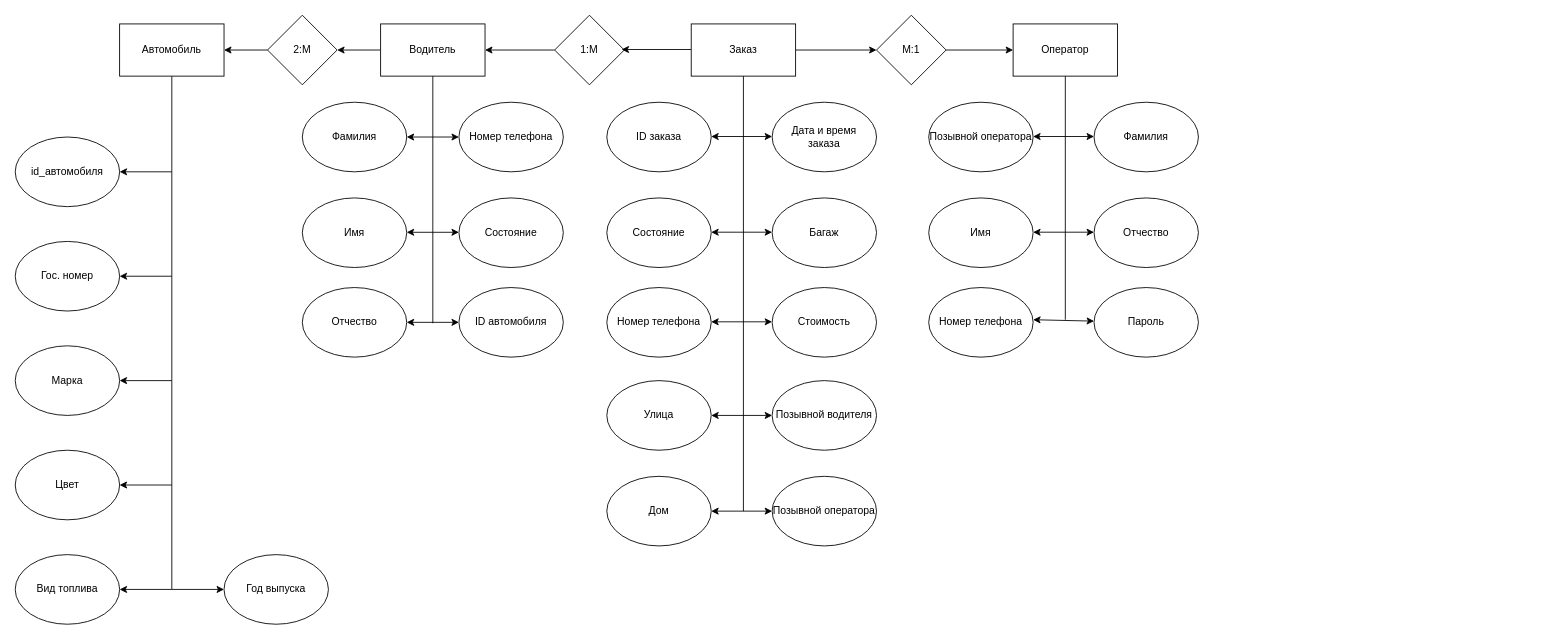
Earlier version of the draw.io diagram files_drawing/Normalization(taxi)/BD2.drawio (igKaneProgrammer/Drawing). Source tidied: cells renumbered, new cells numbered last; positions are measured from the earlier drawing's top-left corner, leaving out a move shared by most shapes. Both pictures are drawn from the tidied source at 87%, with x=0, y=0 at pixel (15, 15).
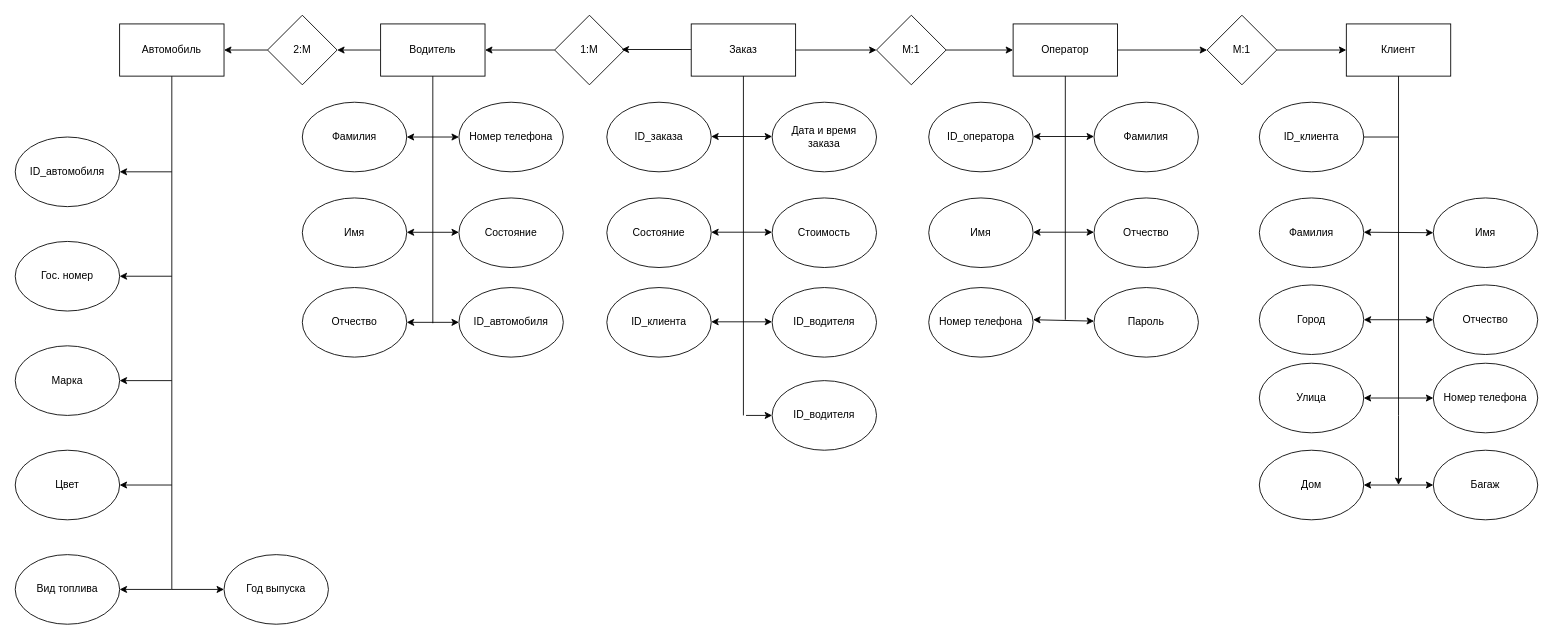
The same diagram, later.

Unchanged cells that the change refers to:
```xml
<mxCell id="30" value="Заказ" style="rounded=0;whiteSpace=wrap;html=1;shadow=0;" parent="1" vertex="1">
  <mxGeometry x="777" y="10" width="120" height="60" as="geometry" />
</mxCell>
<mxCell id="49" value="Оператор" style="rounded=0;whiteSpace=wrap;html=1;shadow=0;" parent="1" vertex="1">
  <mxGeometry x="1147" y="10" width="120" height="60" as="geometry" />
</mxCell>
```

Change to the diagram source:
```diff
@@
-    <mxCell id="4" value="id_автомобиля" style="ellipse;whiteSpace=wrap;html=1;shadow=0;" parent="1" vertex="1">
+    <mxCell id="4" value="ID_автомобиля" style="ellipse;whiteSpace=wrap;html=1;shadow=0;" parent="1" vertex="1">
       <mxGeometry y="140" width="120" height="80" as="geometry" />
     </mxCell>
@@
-    <mxCell id="24" value="ID автомобиля" style="ellipse;whiteSpace=wrap;html=1;shadow=0;" parent="1" vertex="1">
+    <mxCell id="24" value="ID_автомобиля" style="ellipse;whiteSpace=wrap;html=1;shadow=0;" parent="1" vertex="1">
       <mxGeometry x="510" y="313" width="120" height="80" as="geometry" />
     </mxCell>
@@
-    <mxCell id="31" value="ID заказа" style="ellipse;whiteSpace=wrap;html=1;shadow=0;" parent="1" vertex="1">
+    <mxCell id="31" value="ID_заказа" style="ellipse;whiteSpace=wrap;html=1;shadow=0;" parent="1" vertex="1">
       <mxGeometry x="680" y="100" width="120" height="80" as="geometry" />
     </mxCell>
@@
-    <mxCell id="33" value="Номер телефона" style="ellipse;whiteSpace=wrap;html=1;shadow=0;" parent="1" vertex="1">
-      <mxGeometry x="680" y="313" width="120" height="80" as="geometry" />
-    </mxCell>
     <mxCell id="34" value="Улица" style="ellipse;whiteSpace=wrap;html=1;shadow=0;" parent="1" vertex="1">
-      <mxGeometry x="680" y="420" width="120" height="80" as="geometry" />
+      <mxGeometry x="1430" y="400" width="120" height="80" as="geometry" />
     </mxCell>
     <mxCell id="35" value="Дом" style="ellipse;whiteSpace=wrap;html=1;shadow=0;" parent="1" vertex="1">
-      <mxGeometry x="680" y="530" width="120" height="80" as="geometry" />
+      <mxGeometry x="1430" y="500" width="120" height="80" as="geometry" />
     </mxCell>
     <mxCell id="36" value="Багаж" style="ellipse;whiteSpace=wrap;html=1;shadow=0;" parent="1" vertex="1">
-      <mxGeometry x="870" y="210" width="120" height="80" as="geometry" />
+      <mxGeometry x="1630" y="500" width="120" height="80" as="geometry" />
     </mxCell>
     <mxCell id="37" value="Стоимость" style="ellipse;whiteSpace=wrap;html=1;shadow=0;" parent="1" vertex="1">
-      <mxGeometry x="870" y="313" width="120" height="80" as="geometry" />
+      <mxGeometry x="870" y="210" width="120" height="80" as="geometry" />
     </mxCell>
-    <mxCell id="38" value="Позывной водителя" style="ellipse;whiteSpace=wrap;html=1;shadow=0;" parent="1" vertex="1">
-      <mxGeometry x="870" y="420" width="120" height="80" as="geometry" />
+    <mxCell id="38" value="ID_водителя" style="ellipse;whiteSpace=wrap;html=1;shadow=0;" parent="1" vertex="1">
+      <mxGeometry x="870" y="313" width="120" height="80" as="geometry" />
     </mxCell>
-    <mxCell id="39" value="Позывной оператора" style="ellipse;whiteSpace=wrap;html=1;shadow=0;" parent="1" vertex="1">
-      <mxGeometry x="870" y="530" width="120" height="80" as="geometry" />
+    <mxCell id="39" value="ID_водителя" style="ellipse;whiteSpace=wrap;html=1;shadow=0;" parent="1" vertex="1">
+      <mxGeometry x="870" y="420" width="120" height="80" as="geometry" />
     </mxCell>
@@
     <mxCell id="41" style="endArrow=none;html=1;rounded=0;entryX=0.5;entryY=1;entryDx=0;entryDy=0;" parent="1" edge="1" target="30">
       <mxGeometry relative="1" as="geometry">
-        <mxPoint x="837" y="570" as="sourcePoint" />
+        <mxPoint x="837" y="460" as="sourcePoint" />
       </mxGeometry>
     </mxCell>
-    <mxCell id="42" style="endArrow=classic;startArrow=classic;html=1;rounded=0;exitX=1;exitY=0.5;exitDx=0;exitDy=0;entryX=0;entryY=0.5;entryDx=0;entryDy=0;" parent="1" edge="1" source="35" target="39">
+    <mxCell id="42" style="endArrow=classic;startArrow=classic;html=1;rounded=0;exitX=1;exitY=0.5;exitDx=0;exitDy=0;entryX=0;entryY=0.5;entryDx=0;entryDy=0;" parent="1" edge="1" source="35" target="36">
       <mxGeometry relative="1" as="geometry" />
     </mxCell>
-    <mxCell id="43" style="endArrow=classic;startArrow=classic;html=1;rounded=0;exitX=1;exitY=0.5;exitDx=0;exitDy=0;entryX=0;entryY=0.5;entryDx=0;entryDy=0;" parent="1" edge="1">
-      <mxGeometry relative="1" as="geometry">
-        <mxPoint x="800" y="460" as="sourcePoint" />
-        <mxPoint x="870" y="460" as="targetPoint" />
-      </mxGeometry>
-    </mxCell>
@@
-    <mxCell id="50" value="Позывной оператора" style="ellipse;whiteSpace=wrap;html=1;shadow=0;" parent="1" vertex="1">
+    <mxCell id="50" value="ID_оператора" style="ellipse;whiteSpace=wrap;html=1;shadow=0;" parent="1" vertex="1">
       <mxGeometry x="1050" y="100" width="120" height="80" as="geometry" />
     </mxCell>
@@
+    <mxCell id="63" style="edgeStyle=orthogonalEdgeStyle;rounded=0;jettySize=auto;html=1;exitX=1;exitY=0.5;exitDx=0;exitDy=0;entryX=0;entryY=0.5;entryDx=0;entryDy=0;" parent="1" edge="1" source="64" target="65">
+      <mxGeometry relative="1" as="geometry" />
+    </mxCell>
+    <mxCell id="64" value="М:1" style="rhombus;whiteSpace=wrap;html=1;shadow=0;" parent="1" vertex="1">
+      <mxGeometry x="1370" width="80" height="80" as="geometry" />
+    </mxCell>
+    <mxCell id="65" value="Клиент" style="rounded=0;whiteSpace=wrap;html=1;shadow=0;" parent="1" vertex="1">
+      <mxGeometry x="1530" y="10" width="120" height="60" as="geometry" />
+    </mxCell>
+    <mxCell id="66" value="ID_клиента" style="ellipse;whiteSpace=wrap;html=1;shadow=0;" parent="1" vertex="1">
+      <mxGeometry x="1430" y="100" width="120" height="80" as="geometry" />
+    </mxCell>
+    <mxCell id="67" value="Имя" style="ellipse;whiteSpace=wrap;html=1;shadow=0;" parent="1" vertex="1">
+      <mxGeometry x="1630" y="210" width="120" height="80" as="geometry" />
+    </mxCell>
+    <mxCell id="33" value="Номер телефона" style="ellipse;whiteSpace=wrap;html=1;shadow=0;" parent="1" vertex="1">
+      <mxGeometry x="1630" y="400" width="120" height="80" as="geometry" />
+    </mxCell>
+    <mxCell id="68" value="Отчество" style="ellipse;whiteSpace=wrap;html=1;shadow=0;" parent="1" vertex="1">
+      <mxGeometry x="1630" y="310" width="120" height="80" as="geometry" />
+    </mxCell>
+    <mxCell id="69" value="Фамилия" style="ellipse;whiteSpace=wrap;html=1;shadow=0;" parent="1" vertex="1">
+      <mxGeometry x="1430" y="210" width="120" height="80" as="geometry" />
+    </mxCell>
+    <mxCell id="70" style="endArrow=classic;startArrow=classic;html=1;rounded=0;exitX=1;exitY=0.5;exitDx=0;exitDy=0;entryX=0;entryY=0.5;entryDx=0;entryDy=0;" parent="1" edge="1" target="67">
+      <mxGeometry relative="1" as="geometry">
+        <mxPoint x="1550" y="249.4" as="sourcePoint" />
+      </mxGeometry>
+    </mxCell>
+    <mxCell id="71" style="endArrow=none;html=1;rounded=0;entryX=0.5;entryY=1;entryDx=0;entryDy=0;" parent="1" edge="1" target="65">
+      <mxGeometry relative="1" as="geometry">
+        <mxPoint x="1590" y="350" as="sourcePoint" />
+      </mxGeometry>
+    </mxCell>
+    <mxCell id="72" style="endArrow=classic;startArrow=classic;html=1;rounded=0;entryX=0;entryY=0.5;entryDx=0;entryDy=0;" parent="1" edge="1" target="68">
+      <mxGeometry relative="1" as="geometry">
+        <mxPoint x="1550" y="350" as="sourcePoint" />
+      </mxGeometry>
+    </mxCell>
+    <mxCell id="73" style="edgeStyle=orthogonalEdgeStyle;rounded=0;jettySize=auto;html=1;exitX=1;exitY=0.5;exitDx=0;exitDy=0;entryX=0;entryY=0.5;entryDx=0;entryDy=0;" parent="1" edge="1" source="49" target="64">
+      <mxGeometry relative="1" as="geometry" />
+    </mxCell>
+    <mxCell id="74" style="endArrow=none;html=1;rounded=0;" parent="1" edge="1">
+      <mxGeometry relative="1" as="geometry">
+        <mxPoint x="1590" y="460" as="sourcePoint" />
+        <mxPoint x="1590" y="350" as="targetPoint" />
+      </mxGeometry>
+    </mxCell>
+    <mxCell id="75" style="endArrow=classic;html=1;rounded=0;" parent="1" edge="1">
+      <mxGeometry relative="1" as="geometry">
+        <mxPoint x="1590" y="460" as="sourcePoint" />
+        <mxPoint x="1590" y="540" as="targetPoint" />
+      </mxGeometry>
+    </mxCell>
+    <mxCell id="76" value="ID_клиента" style="ellipse;whiteSpace=wrap;html=1;shadow=0;" parent="1" vertex="1">
+      <mxGeometry x="680" y="313" width="120" height="80" as="geometry" />
+    </mxCell>
+    <mxCell id="77" style="endArrow=classic;html=1;rounded=0;entryX=0;entryY=0.5;entryDx=0;entryDy=0;" parent="1" edge="1" target="39">
+      <mxGeometry relative="1" as="geometry">
+        <mxPoint x="840" y="460" as="sourcePoint" />
+      </mxGeometry>
+    </mxCell>
+    <mxCell id="78" style="endArrow=none;html=1;rounded=0;exitX=1;exitY=0.5;exitDx=0;exitDy=0;" parent="1" edge="1" source="66">
+      <mxGeometry relative="1" as="geometry">
+        <mxPoint x="1590" y="140" as="targetPoint" />
+      </mxGeometry>
+    </mxCell>
+    <mxCell id="79" value="Город" style="ellipse;whiteSpace=wrap;html=1;shadow=0;" parent="1" vertex="1">
+      <mxGeometry x="1430" y="310" width="120" height="80" as="geometry" />
+    </mxCell>
+    <mxCell id="80" style="endArrow=classic;startArrow=classic;html=1;rounded=0;exitX=1;exitY=0.5;exitDx=0;exitDy=0;entryX=0;entryY=0.5;entryDx=0;entryDy=0;" parent="1" edge="1" source="34" target="33">
+      <mxGeometry relative="1" as="geometry" />
+    </mxCell>
```
